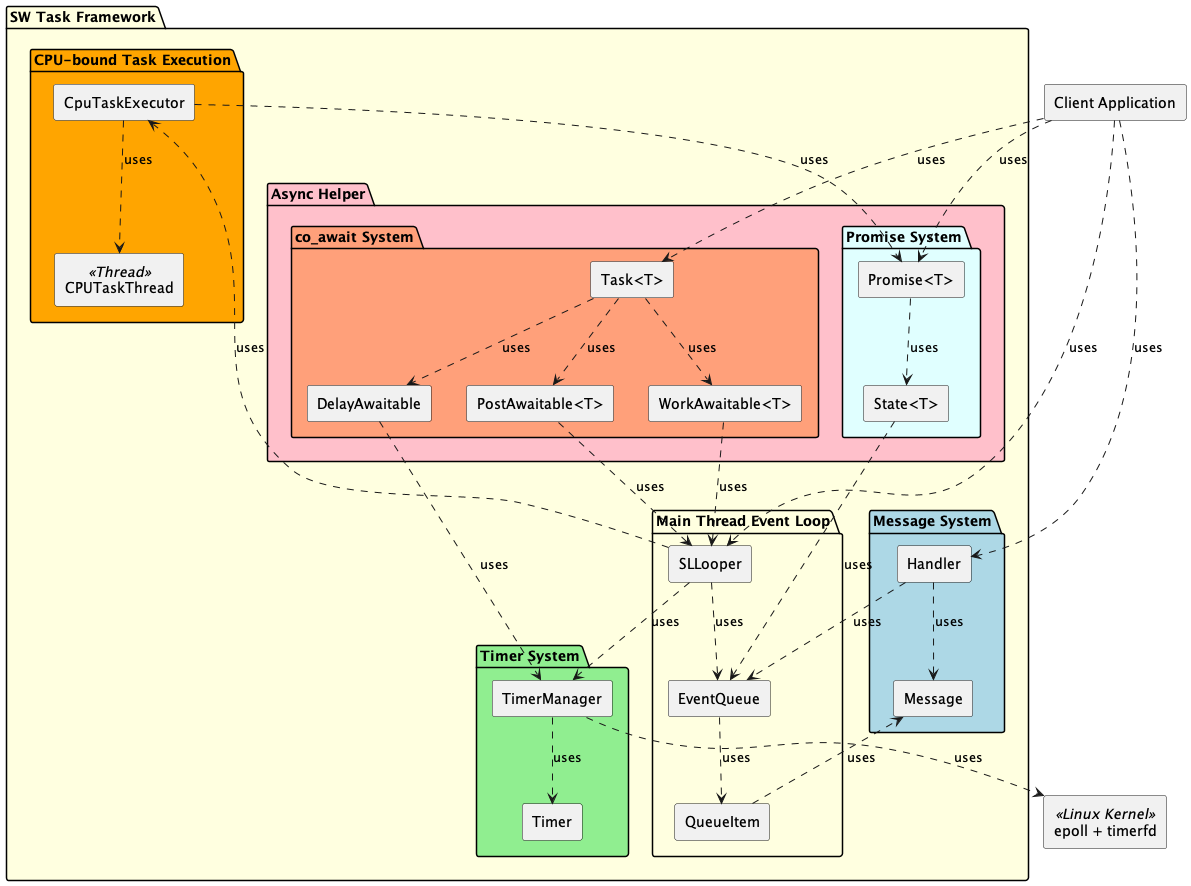
Earlier version of the PlantUML export system_overview.png (taikt/sw_task).
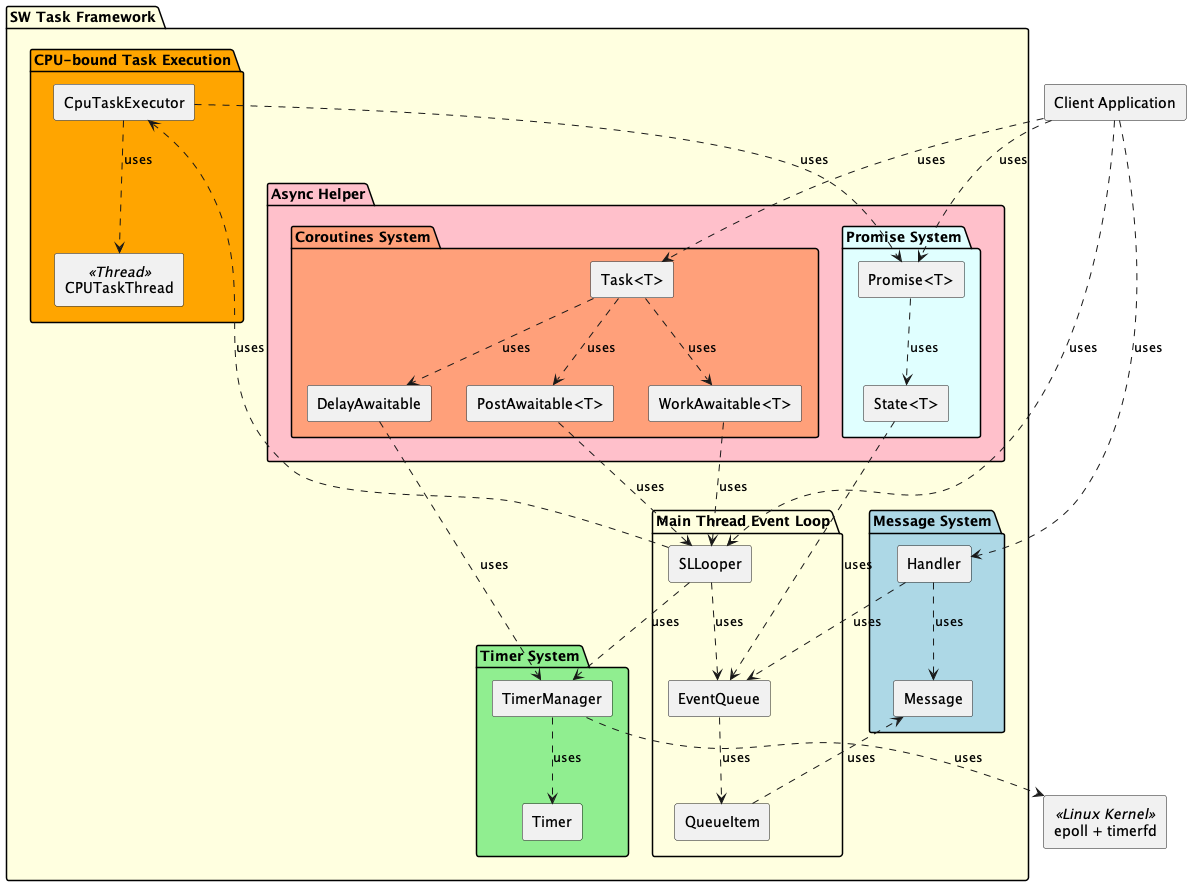
Later version of the same file.

Diff of the diagram source:
```diff
@@ -33,7 +33,7 @@
             rectangle "State<T>" as StateMgr
         }
 
-        package "co_await System" #LightSalmon {
+        package "Coroutines System" #LightSalmon {
             rectangle "Task<T>" as TaskMgr
             rectangle "WorkAwaitable<T>" as WorkAwaitable
             rectangle "PostAwaitable<T>" as PostAwaitable
```
